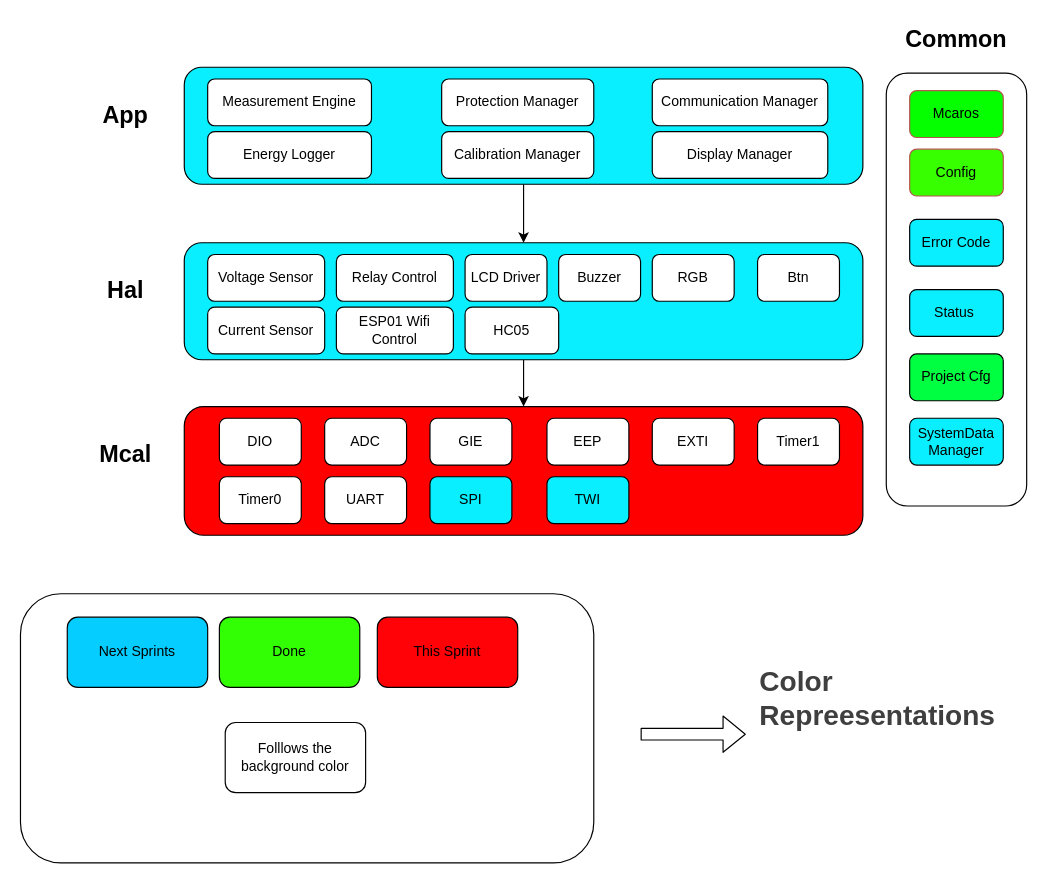
Before: Design/ProjectUMLDigrams/ComponentDigrams/ComponentDigram.drawio in Gestell-Solution/Smart_Energy_Management_System, a draw.io diagram. Source tidied: cells renumbered, new cells numbered last; positions are measured from the earlier drawing's top-left corner, leaving out a move shared by most shapes. Both pictures are drawn from the tidied source at 117%, with x=0, y=0 at pixel (20, 20).
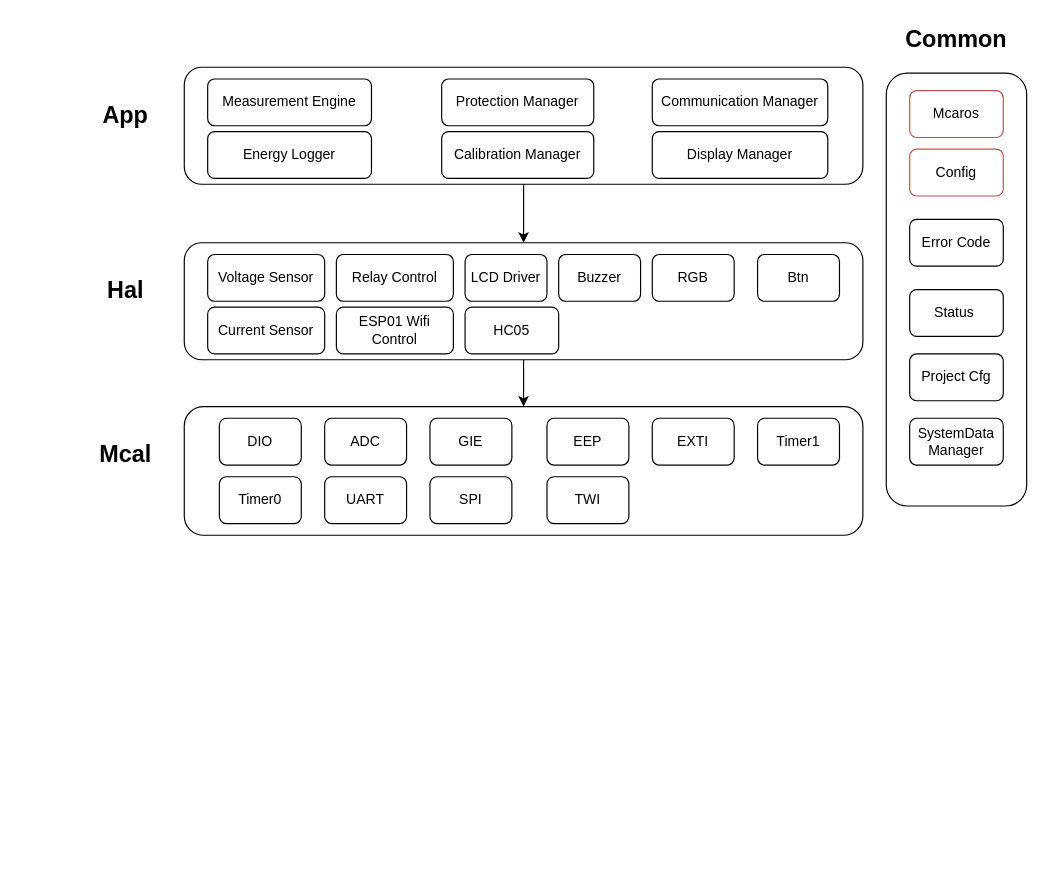
The same page after the edit.

Commit message:
[ComponentDigram or UseCaseDiagrams??!!] [Fixing mixing the branches of tasks together] [Doc]   #61

What changed in the source:
```diff
@@
-    <mxCell id="2" style="rounded=1;whiteSpace=wrap;html=1;fillColor=#FF0000;" parent="1" vertex="1">
+    <mxCell id="2" style="rounded=1;whiteSpace=wrap;html=1;fillColor=#FFFFFF;" parent="1" vertex="1">
       <mxGeometry x="140" y="330" width="580" height="110" as="geometry" />
     </mxCell>
@@
-    <mxCell id="11" style="rounded=1;whiteSpace=wrap;html=1;fillColor=#0AEFFF;" parent="1" vertex="1">
+    <mxCell id="11" style="rounded=1;whiteSpace=wrap;html=1;fillColor=#FFFFFF;" parent="1" vertex="1">
       <mxGeometry x="140" y="190" width="580" height="100" as="geometry" />
     </mxCell>
@@
-    <mxCell id="23" style="rounded=1;whiteSpace=wrap;html=1;fillColor=#0AEFFF;" parent="1" vertex="1">
+    <mxCell id="23" style="rounded=1;whiteSpace=wrap;html=1;fillColor=#FFFFFF;" parent="1" vertex="1">
       <mxGeometry x="140" y="40" width="580" height="100" as="geometry" />
     </mxCell>
@@
-    <mxCell id="33" value="Mcaros" style="rounded=1;whiteSpace=wrap;html=1;fillColor=#05FF00;strokeColor=#b85450;" parent="1" vertex="1">
+    <mxCell id="33" value="Mcaros" style="rounded=1;whiteSpace=wrap;html=1;fillColor=#FFFFFF;strokeColor=#b85450;" parent="1" vertex="1">
       <mxGeometry x="760" y="60" width="80" height="40" as="geometry" />
     </mxCell>
-    <mxCell id="34" value="Config" style="rounded=1;whiteSpace=wrap;html=1;fillColor=#37FF00;strokeColor=#b85450;" parent="1" vertex="1">
+    <mxCell id="34" value="Config" style="rounded=1;whiteSpace=wrap;html=1;fillColor=#FFFFFF;strokeColor=#b85450;" parent="1" vertex="1">
       <mxGeometry x="760" y="110" width="80" height="40" as="geometry" />
     </mxCell>
-    <mxCell id="35" value="Error Code" style="rounded=1;whiteSpace=wrap;html=1;fillColor=#0AEFFF;" parent="1" vertex="1">
+    <mxCell id="35" value="Error Code" style="rounded=1;whiteSpace=wrap;html=1;fillColor=#FFFFFF;" parent="1" vertex="1">
       <mxGeometry x="760" y="170" width="80" height="40" as="geometry" />
     </mxCell>
-    <mxCell id="36" value="Status&amp;nbsp;" style="rounded=1;whiteSpace=wrap;html=1;fillColor=#0AEFFF;" parent="1" vertex="1">
+    <mxCell id="36" value="Status&amp;nbsp;" style="rounded=1;whiteSpace=wrap;html=1;fillColor=#FFFFFF;" parent="1" vertex="1">
       <mxGeometry x="760" y="230" width="80" height="40" as="geometry" />
     </mxCell>
-    <mxCell id="37" value="Project Cfg" style="rounded=1;whiteSpace=wrap;html=1;fillColor=#00FF41;" parent="1" vertex="1">
+    <mxCell id="37" value="Project Cfg" style="rounded=1;whiteSpace=wrap;html=1;fillColor=#FFFFFF;" parent="1" vertex="1">
       <mxGeometry x="760" y="285" width="80" height="40" as="geometry" />
     </mxCell>
@@
-    <mxCell id="40" value="SPI" style="rounded=1;whiteSpace=wrap;html=1;fillColor=#0AEFFF;" parent="1" vertex="1">
+    <mxCell id="40" value="SPI" style="rounded=1;whiteSpace=wrap;html=1;fillColor=#FFFFFF;" parent="1" vertex="1">
       <mxGeometry x="350" y="390" width="70" height="40" as="geometry" />
     </mxCell>
-    <mxCell id="41" value="TWI" style="rounded=1;whiteSpace=wrap;html=1;fillColor=#0AEFFF;" parent="1" vertex="1">
+    <mxCell id="41" value="TWI" style="rounded=1;whiteSpace=wrap;html=1;fillColor=#FFFFFF;" parent="1" vertex="1">
       <mxGeometry x="450" y="390" width="70" height="40" as="geometry" />
     </mxCell>
-    <mxCell id="42" value="SystemData Manager" style="rounded=1;whiteSpace=wrap;html=1;fillColor=#0AEFFF;" parent="1" vertex="1">
+    <mxCell id="42" value="SystemData Manager" style="rounded=1;whiteSpace=wrap;html=1;fillColor=#FFFFFF;" parent="1" vertex="1">
       <mxGeometry x="760" y="340" width="80" height="40" as="geometry" />
     </mxCell>
-    <mxCell id="43" style="rounded=1;whiteSpace=wrap;html=1;" parent="1" vertex="1">
-      <mxGeometry y="490" width="490" height="230" as="geometry" />
-    </mxCell>
-    <mxCell id="44" value="Next Sprints" style="rounded=1;whiteSpace=wrap;html=1;fillColor=#06CDFF;" parent="1" vertex="1">
-      <mxGeometry x="40" y="510" width="120" height="60" as="geometry" />
-    </mxCell>
-    <mxCell id="45" value="Done" style="rounded=1;whiteSpace=wrap;html=1;fillColor=#33FF04;" parent="1" vertex="1">
-      <mxGeometry x="170" y="510" width="120" height="60" as="geometry" />
-    </mxCell>
-    <mxCell id="46" value="This Sprint" style="rounded=1;whiteSpace=wrap;html=1;fillColor=#FF0208;" parent="1" vertex="1">
-      <mxGeometry x="305" y="510" width="120" height="60" as="geometry" />
-    </mxCell>
-    <mxCell id="47" value="Folllows the background color" style="rounded=1;whiteSpace=wrap;html=1;" parent="1" vertex="1">
-      <mxGeometry x="175" y="600" width="120" height="60" as="geometry" />
-    </mxCell>
-    <mxCell id="48" style="shape=flexArrow;endArrow=classic;html=1;" parent="1" edge="1">
-      <mxGeometry relative="1" as="geometry">
-        <mxPoint x="530" y="610" as="sourcePoint" />
-        <mxPoint x="620" y="610" as="targetPoint" />
-      </mxGeometry>
-    </mxCell>
-    <mxCell id="49" value="&lt;h1 style=&quot;margin-top: 0px;&quot;&gt;&lt;span style=&quot;color: rgb(63, 63, 63); background-color: transparent;&quot;&gt;Color Repreesentations&lt;/span&gt;&lt;/h1&gt;&lt;h1 style=&quot;margin-top: 0px;&quot;&gt;&lt;br&gt;&lt;/h1&gt;" style="text;html=1;whiteSpace=wrap;overflow=hidden;rounded=0;" parent="1" vertex="1">
-      <mxGeometry x="630" y="545" width="210" height="120" as="geometry" />
-    </mxCell>
```
